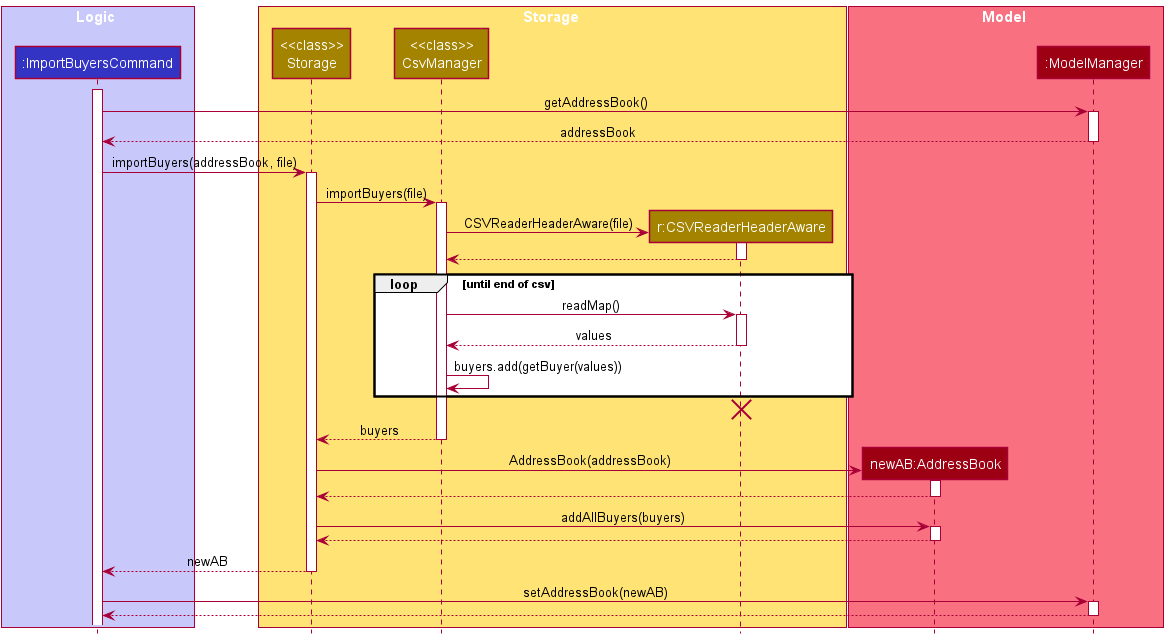
waynetee/tp keeps this PlantUML diagram as docs/images/ImportExecutionSequenceDiagram.png. Above is the earlier version.
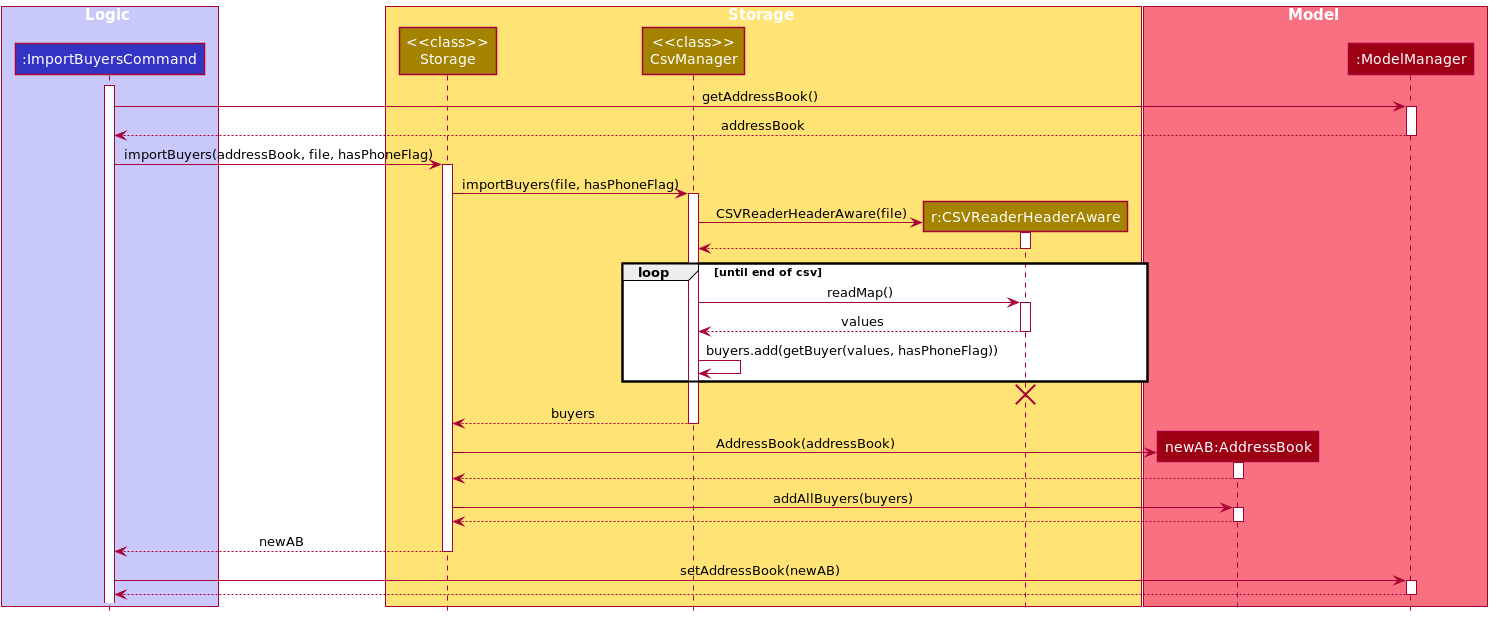
The same diagram one commit later.

Change to the diagram source:
```diff
@@ -24,9 +24,9 @@
 return addressBook
 deactivate Model
 
-ImportBuyersCommand -> Storage : importBuyers(addressBook, file)
+ImportBuyersCommand -> Storage : importBuyers(addressBook, file, hasPhoneFlag)
 activate Storage
-Storage -> CsvManager : importBuyers(file)
+Storage -> CsvManager : importBuyers(file, hasPhoneFlag)
 activate CsvManager
 
 Create CSVReaderHeaderAware
@@ -44,7 +44,7 @@
 
 deactivate CSVReaderHeaderAware
 
-CsvManager -> CsvManager: buyers.add(getBuyer(values))
+CsvManager -> CsvManager: buyers.add(getBuyer(values, hasPhoneFlag))
 end
 
 deactivate CSVReaderHeaderAware
```
